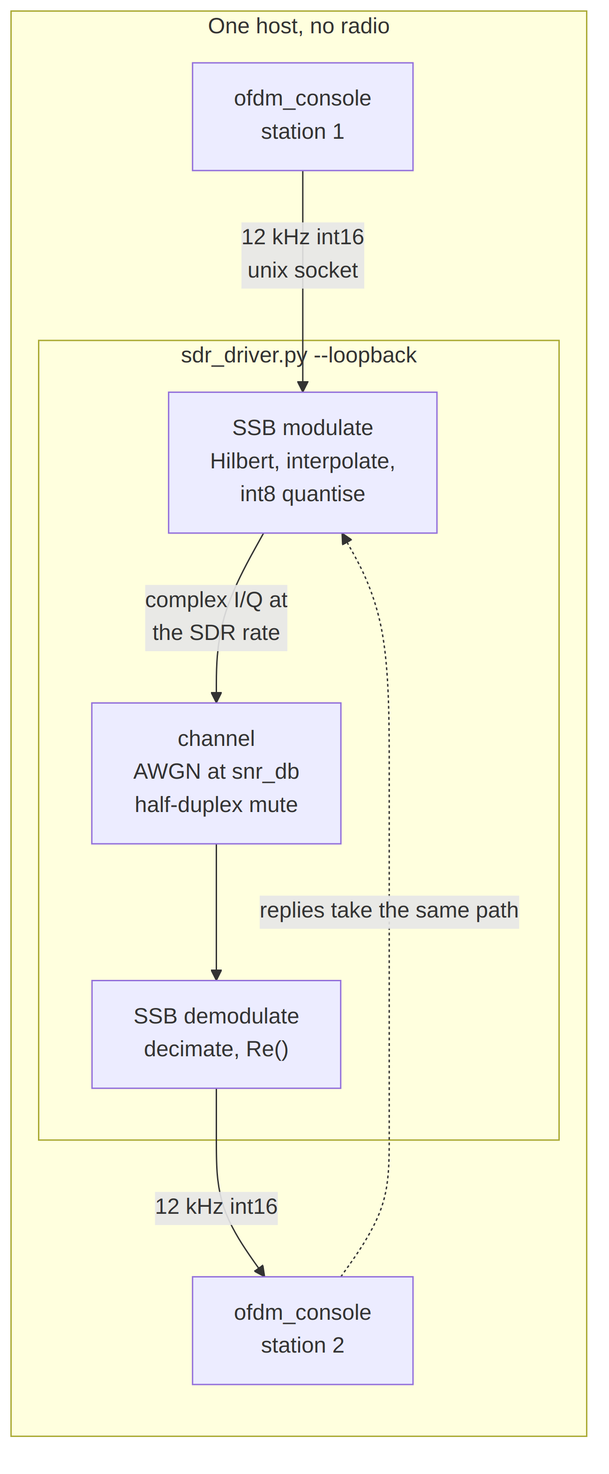
Earlier version of the Mermaid export technical-report/images/sdr_setup_loopback.png (phoenix367/ham_ofdm_transceiver). Its source is kept beside it as technical-report/images/sdr_setup_loopback.mmd.
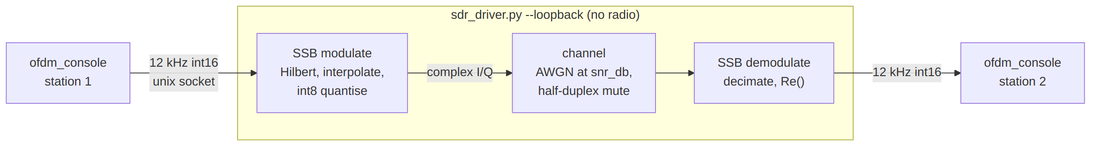
The same diagram one commit later.

Commit message:
report: lay the two setup diagrams out horizontally

Diff of the diagram source:
```diff
@@ -1,15 +1,12 @@
 flowchart LR
-    subgraph HOST["One host, no radio"]
-        A1["ofdm_console<br/>station 1"]
-        subgraph DRV["sdr_driver.py --loopback"]
-            M1["SSB modulate<br/>Hilbert, interpolate,<br/>int8 quantise"]
-            CH["channel<br/>AWGN at snr_db<br/>half-duplex mute"]
-            D1["SSB demodulate<br/>decimate, Re()"]
-        end
-        A2["ofdm_console<br/>station 2"]
+    A1["ofdm_console<br/>station 1"]
+    subgraph DRV["sdr_driver.py --loopback  (no radio)"]
+        direction LR
+        M1["SSB modulate<br/>Hilbert, interpolate,<br/>int8 quantise"]
+        CH["channel<br/>AWGN at snr_db,<br/>half-duplex mute"]
+        D1["SSB demodulate<br/>decimate, Re()"]
+        M1 -->|"complex I/Q"| CH --> D1
     end
+    A2["ofdm_console<br/>station 2"]
     A1 -->|"12 kHz int16<br/>unix socket"| M1
-    M1 -->|"complex I/Q at<br/>the SDR rate"| CH
-    CH --> D1
     D1 -->|"12 kHz int16"| A2
-    A2 -.->|"replies take the same path"| M1
```
